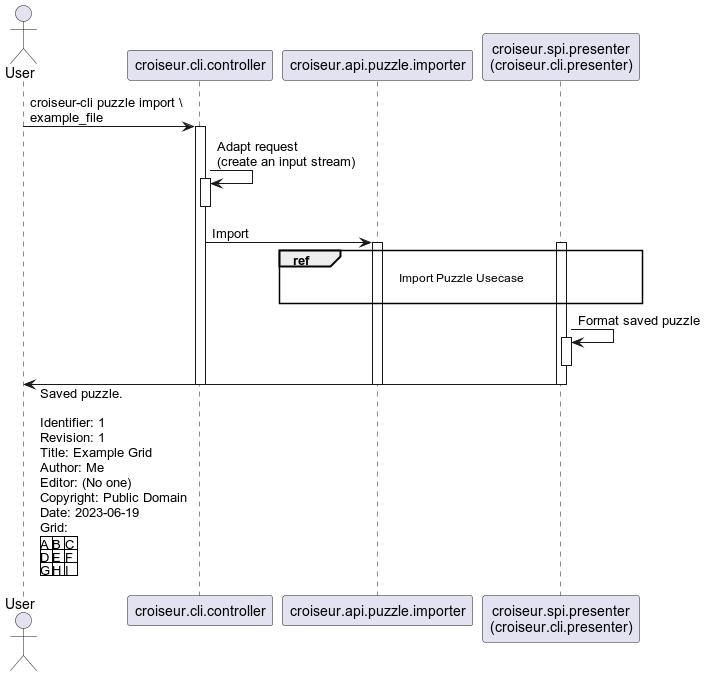
The PlantUML diagram doc/reference/puml/sequence/image/output/import-puzzle-cli.png in super7ramp/croiseur, before a commit.
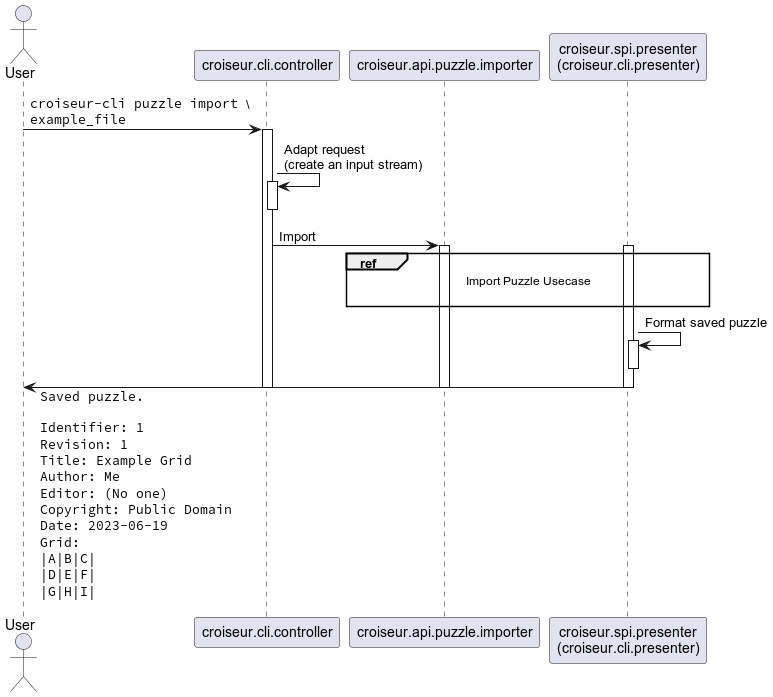
Above is the later version.

Diff of the diagram source:
```diff
@@ -6,7 +6,7 @@
 participant croiseur.api.puzzle.importer
 participant "croiseur.spi.presenter\n(croiseur.cli.presenter)" as croiseur.spi.presenter
 
-User -> croiseur.cli.controller : croiseur-cli puzzle import \\\nexample_file
+User -> croiseur.cli.controller : ""croiseur-cli puzzle import ""\\\n""example_file""
 activate croiseur.cli.controller
 croiseur.cli.controller -> croiseur.cli.controller : Adapt request\n(create an input stream)
 activate croiseur.cli.controller
@@ -20,7 +20,7 @@
 activate croiseur.spi.presenter
 deactivate croiseur.spi.presenter
 
-croiseur.spi.presenter -> User : Saved puzzle.\n\nIdentifier: 1\nRevision: 1\nTitle: Example Grid\nAuthor: Me\nEditor: (No one)\nCopyright: Public Domain\nDate: 2023-06-19\nGrid:\n|A|B|C|\n|D|E|F|\n|G|H|I|
+croiseur.spi.presenter -> User : ""Saved puzzle.""\n\n""Identifier: 1""\n""Revision: 1""\n""Title: Example Grid""\n""Author: Me""\n""Editor: (No one)""\n""Copyright: Public Domain""\n""Date: 2023-06-19""\n""Grid:""\n""|A|B|C|""\n""|D|E|F|""\n""|G|H|I|""
 
 deactivate croiseur.spi.presenter
 deactivate croiseur.api.puzzle.importer
```
